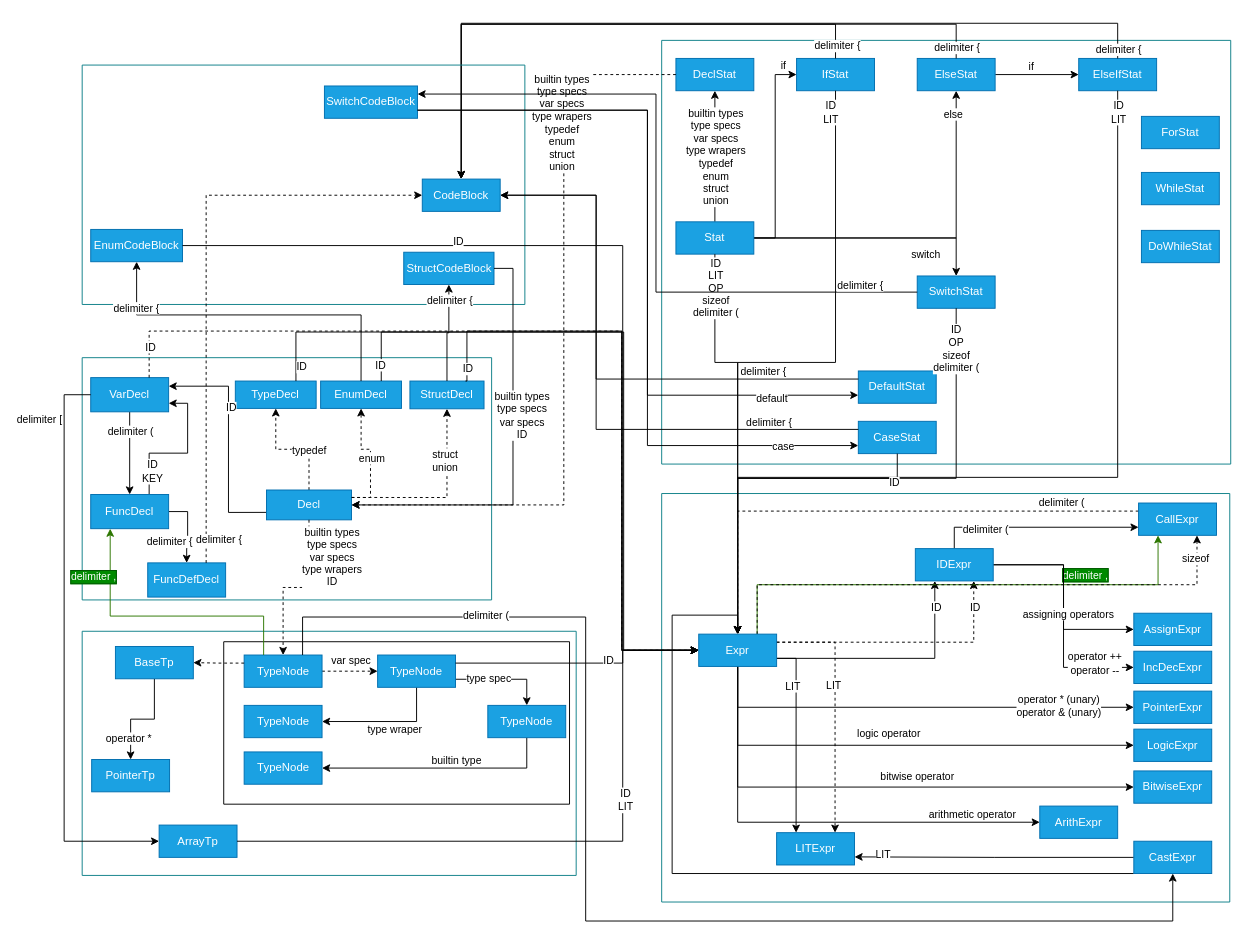
The draw.io diagram Стековая_диаграмма_МТиК.drawio in OskarGaliullin231-329/translation-university, before the edit. Source tidied: cells renumbered, new cells numbered last; positions are measured from the earlier drawing's top-left corner, leaving out a move shared by most shapes. Both pictures are drawn from the tidied source at 95%, with x=0, y=0 at pixel (64, 23).
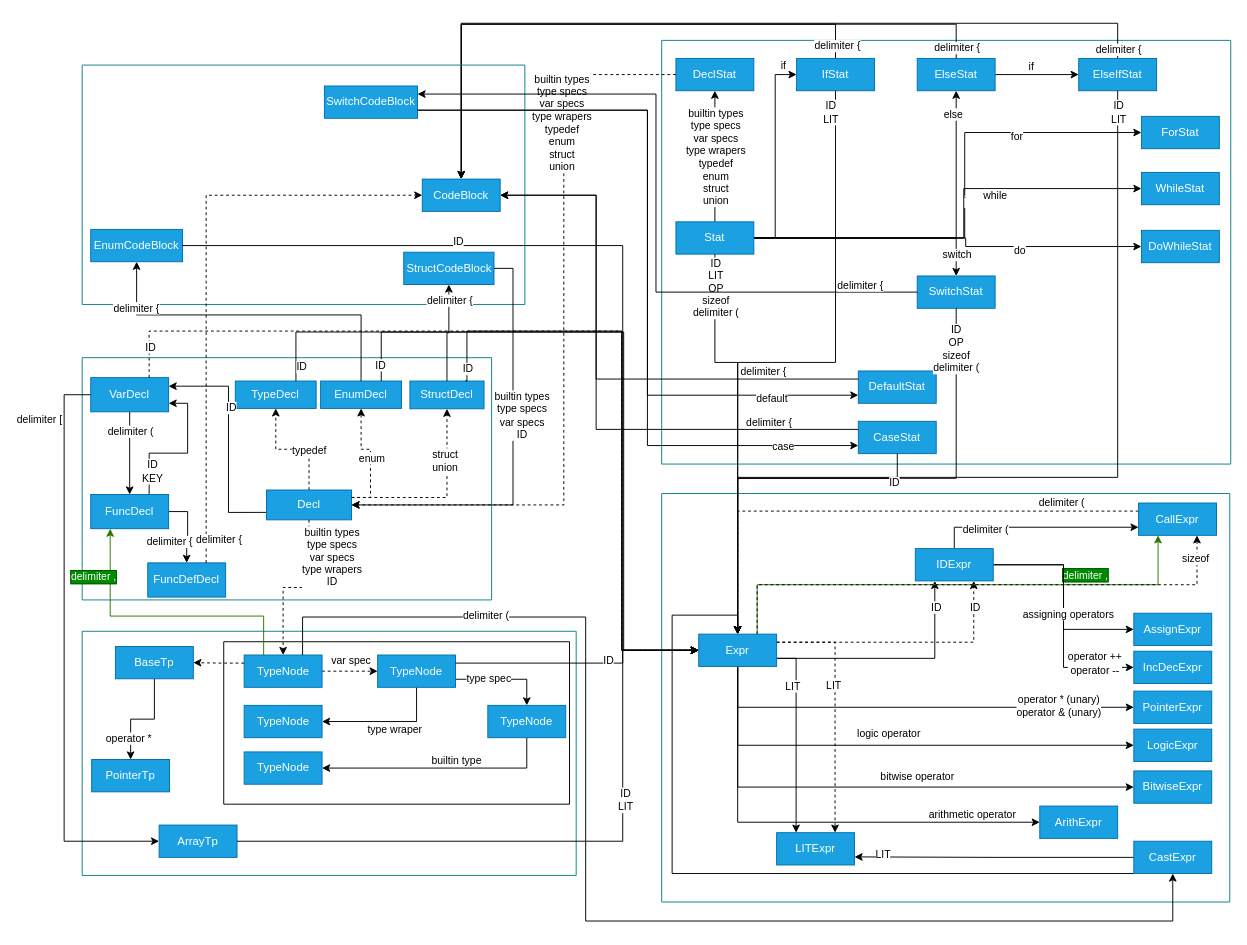
After the change.

The change refers to these unchanged cells:
```xml
<mxCell id="106" style="swimlane;startSize=0;fillColor=#b0e3e6;strokeColor=#0e8088;" parent="1" vertex="1">
  <mxGeometry x="629" y="18" width="599" height="446" as="geometry" />
</mxCell>
<mxCell id="114" style="edgeStyle=orthogonalEdgeStyle;rounded=0;jettySize=auto;html=1;exitX=1;exitY=0.5;exitDx=0;exitDy=0;entryX=0.5;entryY=0;entryDx=0;entryDy=0;" parent="106" edge="1" source="116" target="122">
  <mxGeometry relative="1" as="geometry" />
</mxCell>
<mxCell id="116" value="Stat" style="rounded=0;whiteSpace=wrap;html=1;fillColor=#1ba1e2;fontColor=#ffffff;strokeColor=#006EAF;" parent="106" vertex="1">
  <mxGeometry x="15" y="191" width="82" height="34" as="geometry" />
</mxCell>
<mxCell id="125" value="ForStat" style="rounded=0;whiteSpace=wrap;html=1;fillColor=#1ba1e2;fontColor=#ffffff;strokeColor=#006EAF;" parent="106" vertex="1">
  <mxGeometry x="505" y="80" width="82" height="34" as="geometry" />
</mxCell>
<mxCell id="126" value="WhileStat" style="rounded=0;whiteSpace=wrap;html=1;fillColor=#1ba1e2;fontColor=#ffffff;strokeColor=#006EAF;" parent="106" vertex="1">
  <mxGeometry x="505" y="139" width="82" height="34" as="geometry" />
</mxCell>
<mxCell id="127" value="DoWhileStat" style="rounded=0;whiteSpace=wrap;html=1;fillColor=#1ba1e2;fontColor=#ffffff;strokeColor=#006EAF;" parent="106" vertex="1">
  <mxGeometry x="505" y="200" width="82" height="34" as="geometry" />
</mxCell>
```

What changed in the source:
```diff
@@
     <mxCell id="115" value="switch" style="edgeLabel;html=1;align=center;verticalAlign=middle;" parent="114" vertex="1">
       <mxGeometry x="0.14" y="2" relative="1" as="geometry">
-        <mxPoint x="36" y="19" as="offset" />
+        <mxPoint x="69" y="19" as="offset" />
       </mxGeometry>
     </mxCell>
+    <mxCell id="173" value="`" style="edgeStyle=orthogonalEdgeStyle;rounded=0;jettySize=auto;html=1;exitX=1;exitY=0.5;exitDx=0;exitDy=0;entryX=0;entryY=0.5;entryDx=0;entryDy=0;" parent="106" edge="1" source="116" target="125">
+      <mxGeometry relative="1" as="geometry">
+        <Array as="points">
+          <mxPoint x="319" y="208" />
+          <mxPoint x="319" y="97" />
+        </Array>
+      </mxGeometry>
+    </mxCell>
+    <mxCell id="174" value="for" style="edgeLabel;html=1;align=center;verticalAlign=middle;" parent="173" vertex="1">
+      <mxGeometry x="0.49" y="-3" relative="1" as="geometry" />
+    </mxCell>
+    <mxCell id="175" style="edgeStyle=orthogonalEdgeStyle;rounded=0;jettySize=auto;html=1;exitX=1;exitY=0.5;exitDx=0;exitDy=0;entryX=0;entryY=0.5;entryDx=0;entryDy=0;" parent="106" edge="1" source="116" target="126">
+      <mxGeometry relative="1" as="geometry">
+        <Array as="points">
+          <mxPoint x="318" y="208" />
+          <mxPoint x="318" y="156" />
+        </Array>
+      </mxGeometry>
+    </mxCell>
+    <mxCell id="176" value="while" style="edgeLabel;html=1;align=center;verticalAlign=middle;" parent="175" vertex="1">
+      <mxGeometry x="0.32" y="-6" relative="1" as="geometry">
+        <mxPoint x="1" as="offset" />
+      </mxGeometry>
+    </mxCell>
+    <mxCell id="177" style="edgeStyle=orthogonalEdgeStyle;rounded=0;jettySize=auto;html=1;exitX=1;exitY=0.5;exitDx=0;exitDy=0;entryX=0;entryY=0.5;entryDx=0;entryDy=0;" parent="106" edge="1" source="116" target="127">
+      <mxGeometry relative="1" as="geometry">
+        <Array as="points">
+          <mxPoint x="320" y="208" />
+          <mxPoint x="320" y="217" />
+        </Array>
+      </mxGeometry>
+    </mxCell>
+    <mxCell id="178" value="do" style="edgeLabel;html=1;align=center;verticalAlign=middle;" parent="177" vertex="1">
+      <mxGeometry x="0.38" y="-3" relative="1" as="geometry" />
+    </mxCell>
```
